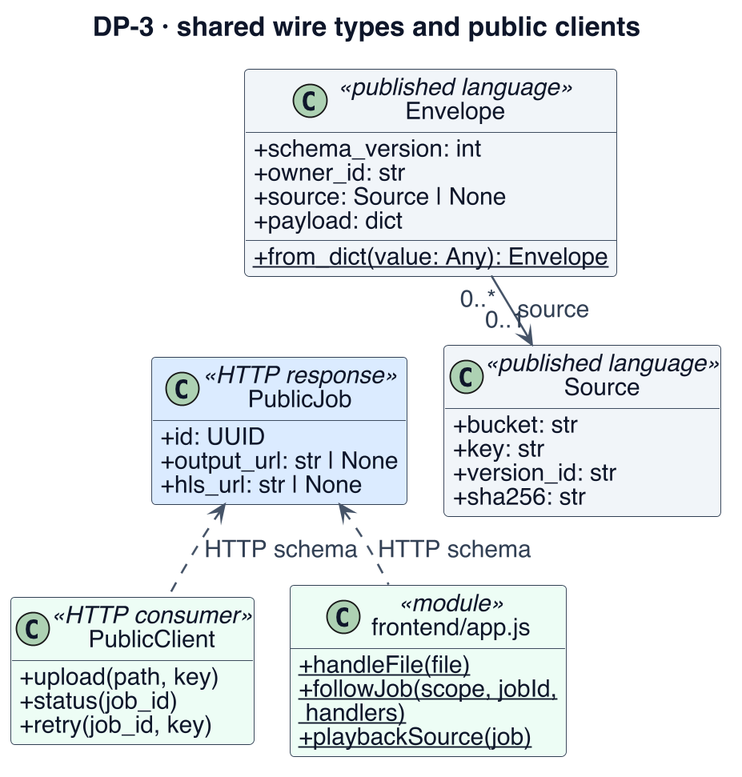
Above: project-documentation/final-report/figures/dp3-contract-class.png in Collaboration95/dc2 (PlantUML), before the change.
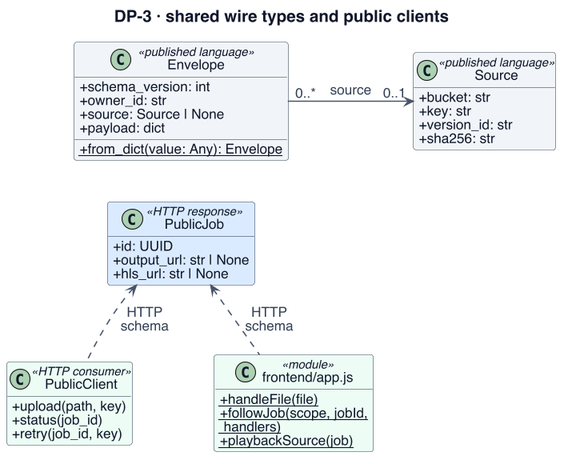
Above is the later version.

What changed in the source:
```diff
@@ -1,14 +1,16 @@
 @startuml
 !include _style.iuml
-skinparam dpi 180
 skinparam BackgroundColor white
-skinparam defaultFontSize 17
-skinparam ArrowFontSize 16
-skinparam ClassAttributeFontSize 16
-skinparam NoteFontSize 15
+skinparam defaultFontSize 16
+skinparam ArrowFontSize 15
+skinparam ClassAttributeFontSize 15
+skinparam ClassStereotypeFontSize 13
+skinparam NoteFontSize 14
 skinparam classAttributeIconSize 0
-skinparam nodesep 24
-skinparam ranksep 28
+skinparam nodesep 20
+skinparam ranksep 22
+skinparam nodesep 90
+skinparam ranksep 44
 title DP-3 · shared wire types and public clients
 class "Envelope" as E <<published language>> $INFRA {
  + schema_version: int
@@ -38,9 +40,9 @@
  {static} + followJob(scope, jobId,\n handlers)
  {static} + playbackSource(job)
 }
-E "0..*" --> "0..1" S : source
-P ..up> J : HTTP schema
-F ..up> J : HTTP schema
+E "0..*" -right-> "0..1" S : source
+P ..up> J : HTTP\nschema
+F ..up> J : HTTP\nschema
 P -[hidden]right-> F
 E -[hidden]down-> J
 @enduml
```
